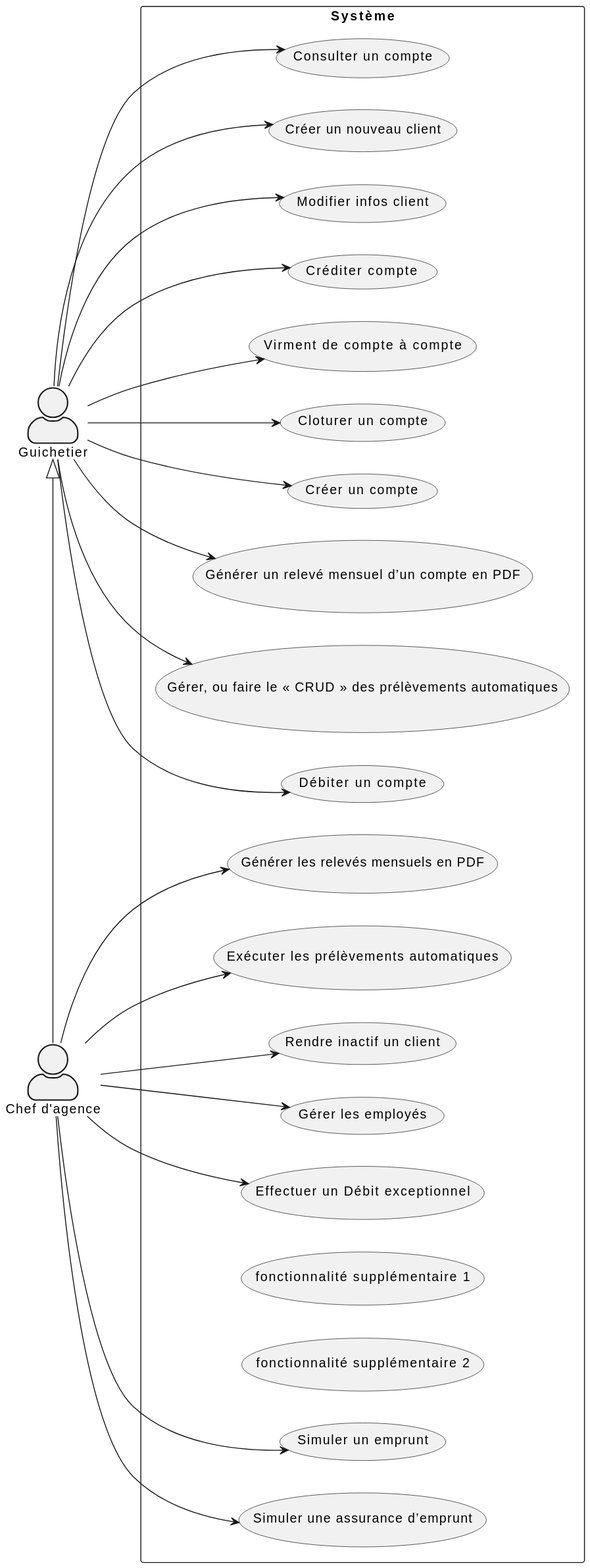
This is Documentation/Documentation - Version 3/plantuml/use-case-v3.svg from IUT-Blagnac/sae2022-bank-1b03, a PlantUML export, as it was before one commit. Source of this version:
```plantuml
@startuml
skinparam actorStyle awesome
:Chef d'agence:
:Guichetier:
rectangle Système {
    (Rendre inactif un client)
    (Gérer les employés)
    (Débiter un compte)
    (Consulter un compte)
    (Créer un nouveau client)
    (Modifier infos client)
    (Créditer compte)
    (Virment de compte à compte)
    (Cloturer un compte)
    (Créer un compte)

    (Générer un relevé mensuel d’un compte en PDF)
    (Gérer, ou faire le « CRUD » des prélèvements automatiques)
    (Effectuer un Débit exceptionnel)
    (Simuler un emprunt)
    (Simuler une assurance d’emprunt)

    (fonctionnalité supplémentaire 1)
    (fonctionnalité supplémentaire 2)
    (Générer les relevés mensuels en PDF)
    (Exécuter les prélèvements automatiques)
}


(Guichetier) <|-right- (Chef d'agence)

left to right direction
:Chef d'agence: --> (Rendre inactif un client)
:Chef d'agence: --> (Gérer les employés)
:Chef d'agence: --> (Effectuer un Débit exceptionnel)
:Chef d'agence: --> (Simuler un emprunt)
:Chef d'agence: --> (Simuler une assurance d’emprunt)

:Chef d'agence: --> (Générer les relevés mensuels en PDF)
:Chef d'agence: --> (Exécuter les prélèvements automatiques)


(Guichetier) --> (Débiter un compte)
(Guichetier) --> (Consulter un compte)
(Guichetier) --> (Créer un nouveau client)
(Guichetier) --> (Modifier infos client)
(Guichetier) --> (Créditer compte)
(Guichetier) --> (Virment de compte à compte)
(Guichetier) --> (Cloturer un compte)
(Guichetier) --> (Créer un compte)

(Guichetier) --> (Générer un relevé mensuel d’un compte en PDF)
(Guichetier) --> (Gérer, ou faire le « CRUD » des prélèvements automatiques)
@enduml
```
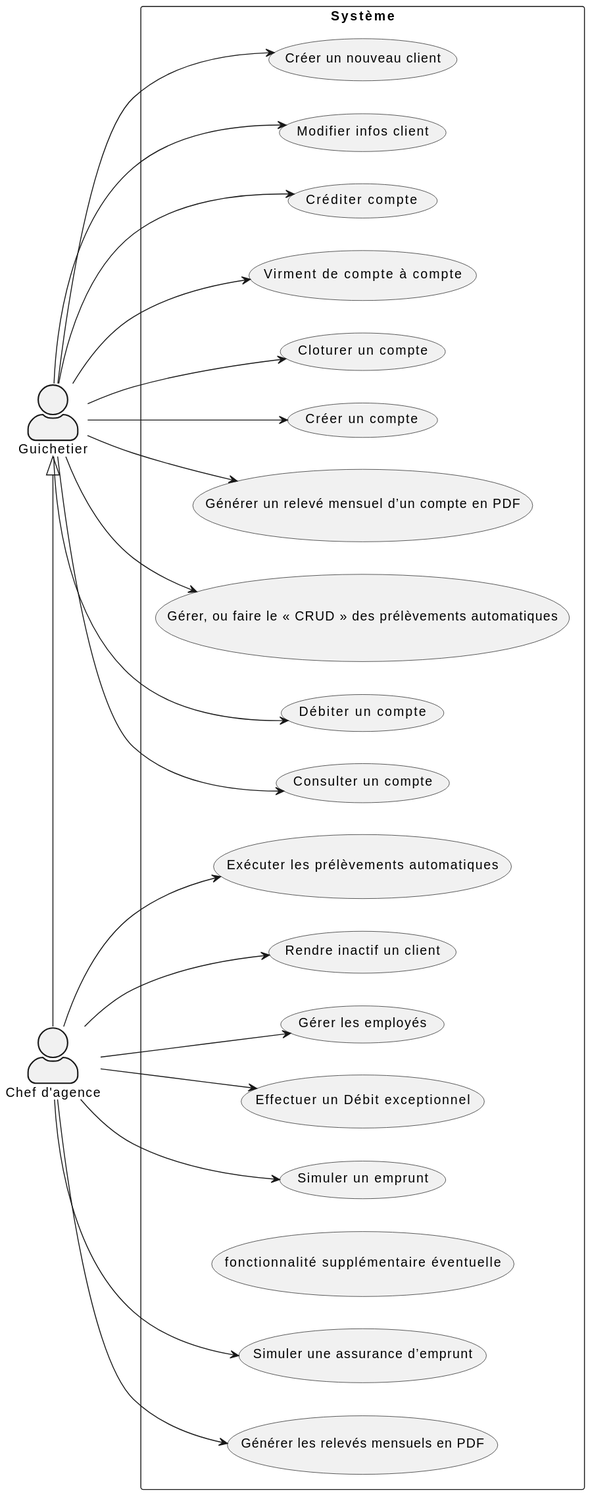
After the change.

Change to the diagram source:
```diff
@@ -20,8 +20,7 @@
     (Simuler un emprunt)
     (Simuler une assurance d’emprunt)
 
-    (fonctionnalité supplémentaire 1)
-    (fonctionnalité supplémentaire 2)
+    (fonctionnalité supplémentaire éventuelle)
     (Générer les relevés mensuels en PDF)
     (Exécuter les prélèvements automatiques)
 }
```
